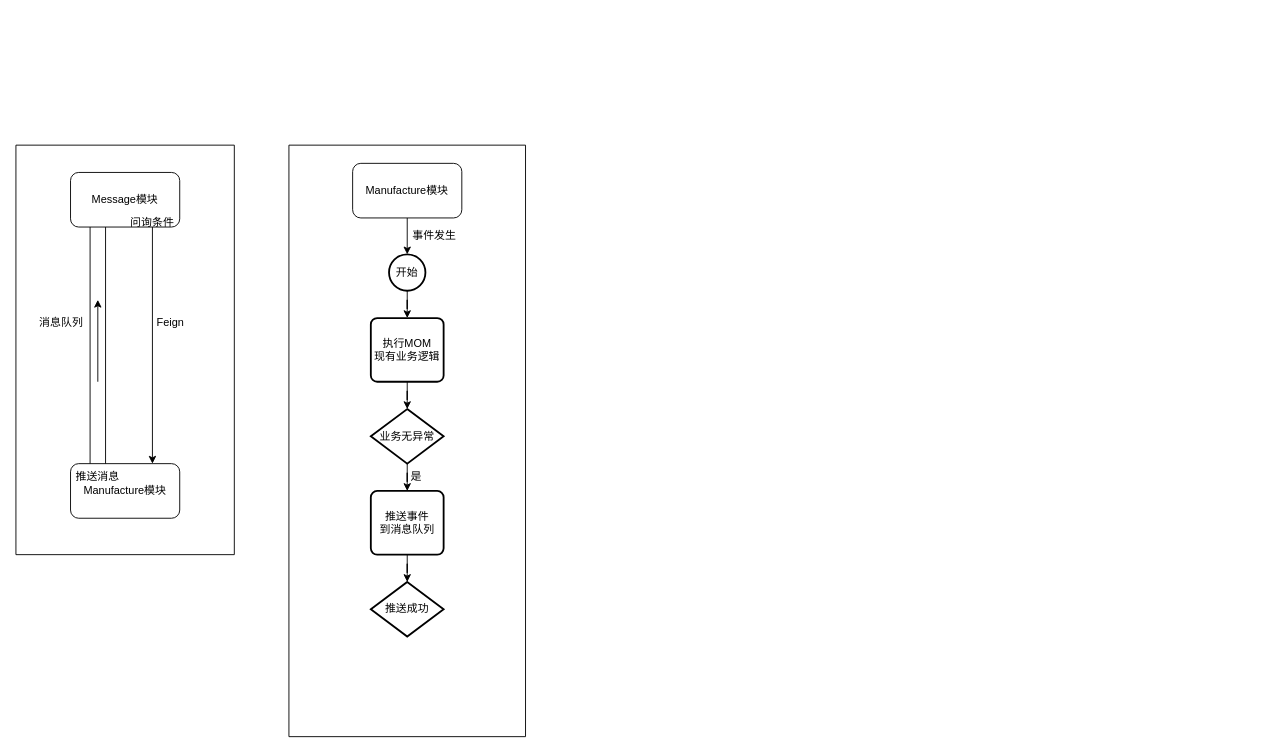
zjwnp/drawIO keeps this draw.io diagram as 未命名绘图.drawio. Above is the earlier version. Source tidied: cells renumbered, new cells numbered last; positions are measured from the earlier drawing's top-left corner, leaving out a move shared by most shapes. Both pictures are drawn from the tidied source at 91%, with x=0, y=0 at pixel (15, 145).
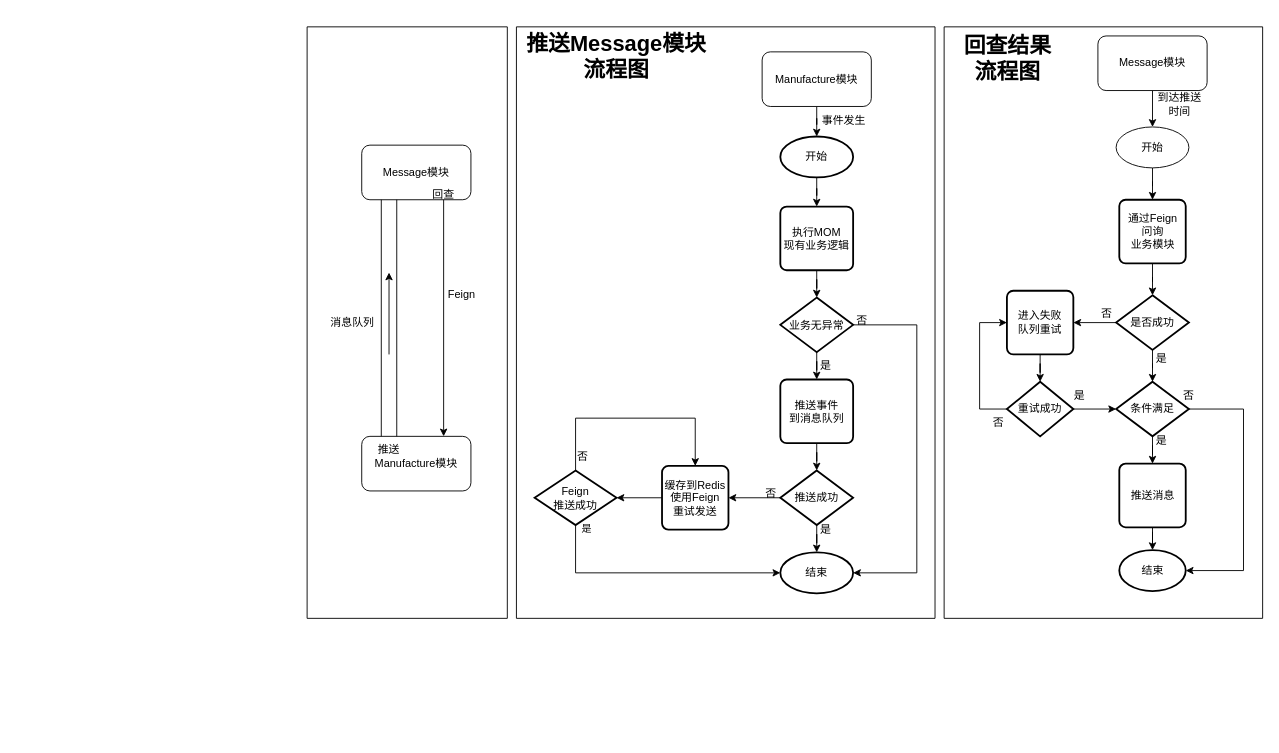
Above is the later version.

Commit message:
更新未命名绘图.drawio

The edit, as a diff of the source:
```diff
@@
+    <mxCell id="11" style="swimlane;startSize=0;" parent="1" vertex="1">
+      <mxGeometry x="320" y="-130" width="220" height="650" as="geometry" />
+    </mxCell>
-    <mxCell id="2" value="Message模块" style="rounded=1;whiteSpace=wrap;html=1;roundedPerimeter=1;" parent="1" vertex="1">
-      <mxGeometry x="60" y="30" width="120" height="60" as="geometry" />
+    <mxCell id="2" value="Message模块" style="rounded=1;whiteSpace=wrap;html=1;roundedPerimeter=1;" parent="11" vertex="1">
+      <mxGeometry x="60" y="130" width="120" height="60" as="geometry" />
     </mxCell>
-    <mxCell id="3" value="Manufacture模块" style="rounded=1;whiteSpace=wrap;html=1;roundedPerimeter=1;" parent="1" vertex="1">
-      <mxGeometry x="60" y="350" width="120" height="60" as="geometry" />
+    <mxCell id="3" value="Manufacture模块" style="rounded=1;whiteSpace=wrap;html=1;roundedPerimeter=1;" parent="11" vertex="1">
+      <mxGeometry x="60" y="450" width="120" height="60" as="geometry" />
     </mxCell>
-    <mxCell id="4" style="shape=link;html=1;rounded=0;entryX=0.25;entryY=1;entryDx=0;entryDy=0;exitX=0.25;exitY=0;exitDx=0;exitDy=0;width=17;" parent="1" edge="1" source="3" target="2">
+    <mxCell id="4" style="shape=link;html=1;rounded=0;entryX=0.25;entryY=1;entryDx=0;entryDy=0;exitX=0.25;exitY=0;exitDx=0;exitDy=0;width=17;" parent="11" edge="1" source="3" target="2">
       <mxGeometry relative="1" as="geometry" />
     </mxCell>
-    <mxCell id="5" style="endArrow=classic;html=1;rounded=0;" parent="1" edge="1">
+    <mxCell id="5" style="endArrow=classic;html=1;rounded=0;" parent="11" edge="1">
       <mxGeometry relative="1" as="geometry">
-        <mxPoint x="90" y="260" as="sourcePoint" />
-        <mxPoint x="90" y="170" as="targetPoint" />
+        <mxPoint x="90" y="360" as="sourcePoint" />
+        <mxPoint x="90" y="270" as="targetPoint" />
       </mxGeometry>
     </mxCell>
-    <mxCell id="6" style="endArrow=classic;html=1;rounded=0;exitX=0.75;exitY=1;exitDx=0;exitDy=0;entryX=0.75;entryY=0;entryDx=0;entryDy=0;" parent="1" edge="1" source="2" target="3">
+    <mxCell id="6" style="endArrow=classic;html=1;rounded=0;exitX=0.75;exitY=1;exitDx=0;exitDy=0;entryX=0.75;entryY=0;entryDx=0;entryDy=0;" parent="11" edge="1" source="2" target="3">
       <mxGeometry relative="1" as="geometry" />
     </mxCell>
-    <mxCell id="7" value="消息队列" style="text;html=1;whiteSpace=wrap;strokeColor=none;fillColor=none;align=center;verticalAlign=middle;rounded=0;" parent="1" vertex="1">
-      <mxGeometry x="20" y="140" width="60" height="110" as="geometry" />
-    </mxCell>
-    <mxCell id="8" value="推送消息" style="text;html=1;whiteSpace=wrap;strokeColor=none;fillColor=none;align=center;verticalAlign=middle;rounded=0;" parent="1" vertex="1">
-      <mxGeometry x="60" y="350" width="60" height="30" as="geometry" />
+    <mxCell id="8" value="推送" style="text;html=1;whiteSpace=wrap;strokeColor=none;fillColor=none;align=center;verticalAlign=middle;rounded=0;" parent="11" vertex="1">
+      <mxGeometry x="60" y="450" width="60" height="30" as="geometry" />
     </mxCell>
-    <mxCell id="9" value="问询条件" style="text;html=1;whiteSpace=wrap;strokeColor=none;fillColor=none;align=center;verticalAlign=middle;rounded=0;" parent="1" vertex="1">
-      <mxGeometry x="120" y="70" width="60" height="30" as="geometry" />
+    <mxCell id="9" value="回查" style="text;html=1;whiteSpace=wrap;strokeColor=none;fillColor=none;align=center;verticalAlign=middle;rounded=0;" parent="11" vertex="1">
+      <mxGeometry x="120" y="170" width="60" height="30" as="geometry" />
     </mxCell>
-    <mxCell id="10" value="Feign" style="text;html=1;whiteSpace=wrap;strokeColor=none;fillColor=none;align=center;verticalAlign=middle;rounded=0;" parent="1" vertex="1">
-      <mxGeometry x="140" y="180" width="60" height="30" as="geometry" />
+    <mxCell id="10" value="Feign" style="text;html=1;whiteSpace=wrap;strokeColor=none;fillColor=none;align=center;verticalAlign=middle;rounded=0;" parent="11" vertex="1">
+      <mxGeometry x="140" y="280" width="60" height="30" as="geometry" />
     </mxCell>
-    <mxCell id="11" style="swimlane;startSize=0;" parent="1" vertex="1">
-      <mxGeometry width="240" height="450" as="geometry" />
-    </mxCell>
+    <mxCell id="7" value="消息队列" style="text;html=1;whiteSpace=wrap;strokeColor=none;fillColor=none;align=center;verticalAlign=middle;rounded=0;" parent="11" vertex="1">
+      <mxGeometry x="20" y="270" width="60" height="110" as="geometry" />
+    </mxCell>
     <mxCell id="12" style="swimlane;startSize=0;" parent="1" vertex="1">
-      <mxGeometry x="300" width="260" height="650" as="geometry" />
+      <mxGeometry x="550" y="-130" width="460" height="650" as="geometry" />
     </mxCell>
-    <mxCell id="13" style="edgeStyle=orthogonalEdgeStyle;rounded=0;jettySize=auto;html=1;" parent="12" edge="1" source="14" target="16">
-      <mxGeometry relative="1" as="geometry" />
-    </mxCell>
+    <mxCell id="26" style="edgeStyle=orthogonalEdgeStyle;rounded=0;jettySize=auto;html=1;" parent="12" edge="1" source="14" target="30">
+      <mxGeometry relative="1" as="geometry" />
+    </mxCell>
     <mxCell id="14" value="Manufacture模块" style="rounded=1;whiteSpace=wrap;html=1;roundedPerimeter=1;" parent="12" vertex="1">
-      <mxGeometry x="70" y="20" width="120" height="60" as="geometry" />
+      <mxGeometry x="270" y="27.5" width="120" height="60" as="geometry" />
     </mxCell>
-    <mxCell id="15" style="edgeStyle=orthogonalEdgeStyle;rounded=0;jettySize=auto;html=1;" parent="12" edge="1" source="16" target="19">
-      <mxGeometry relative="1" as="geometry" />
-    </mxCell>
-    <mxCell id="16" value="开始" style="strokeWidth=2;html=1;shape=mxgraph.flowchart.start_2;whiteSpace=wrap;" parent="12" vertex="1">
-      <mxGeometry x="110" y="120" width="40" height="40" as="geometry" />
-    </mxCell>
     <mxCell id="17" value="事件发生" style="text;html=1;whiteSpace=wrap;strokeColor=none;fillColor=none;align=center;verticalAlign=middle;rounded=0;" parent="12" vertex="1">
-      <mxGeometry x="130" y="85" width="60" height="30" as="geometry" />
+      <mxGeometry x="330" y="87.5" width="60" height="30" as="geometry" />
     </mxCell>
@@
     <mxCell id="19" value="执行MOM&lt;br&gt;现有业务逻辑" style="rounded=1;whiteSpace=wrap;html=1;absoluteArcSize=1;arcSize=14;strokeWidth=2;" parent="12" vertex="1">
-      <mxGeometry x="90" y="190" width="80" height="70" as="geometry" />
+      <mxGeometry x="290" y="197.5" width="80" height="70" as="geometry" />
     </mxCell>
@@
     <mxCell id="21" value="业务无异常" style="strokeWidth=2;html=1;shape=mxgraph.flowchart.decision;whiteSpace=wrap;" parent="12" vertex="1">
-      <mxGeometry x="90" y="290" width="80" height="60" as="geometry" />
+      <mxGeometry x="290" y="297.5" width="80" height="60" as="geometry" />
     </mxCell>
@@
     <mxCell id="23" value="推送事件&lt;br&gt;到消息队列" style="rounded=1;whiteSpace=wrap;html=1;absoluteArcSize=1;arcSize=14;strokeWidth=2;" parent="12" vertex="1">
-      <mxGeometry x="90" y="380" width="80" height="70" as="geometry" />
+      <mxGeometry x="290" y="387.5" width="80" height="70" as="geometry" />
     </mxCell>
     <mxCell id="24" value="是" style="text;html=1;whiteSpace=wrap;strokeColor=none;fillColor=none;align=center;verticalAlign=middle;rounded=0;" parent="12" vertex="1">
-      <mxGeometry x="110" y="350" width="60" height="30" as="geometry" />
+      <mxGeometry x="310" y="357.5" width="60" height="30" as="geometry" />
     </mxCell>
+    <mxCell id="27" style="edgeStyle=orthogonalEdgeStyle;rounded=0;jettySize=auto;html=1;" parent="12" edge="1" source="25" target="31">
+      <mxGeometry relative="1" as="geometry" />
+    </mxCell>
+    <mxCell id="28" style="edgeStyle=orthogonalEdgeStyle;rounded=0;jettySize=auto;html=1;entryX=1;entryY=0.5;entryDx=0;entryDy=0;" parent="12" edge="1" source="25" target="35">
+      <mxGeometry relative="1" as="geometry" />
+    </mxCell>
     <mxCell id="25" value="推送成功" style="strokeWidth=2;html=1;shape=mxgraph.flowchart.decision;whiteSpace=wrap;" parent="12" vertex="1">
-      <mxGeometry x="90" y="480" width="80" height="60" as="geometry" />
+      <mxGeometry x="290" y="487.5" width="80" height="60" as="geometry" />
     </mxCell>
+    <mxCell id="29" style="edgeStyle=orthogonalEdgeStyle;rounded=0;jettySize=auto;html=1;" parent="12" edge="1" source="30" target="19">
+      <mxGeometry relative="1" as="geometry" />
+    </mxCell>
+    <mxCell id="30" value="开始" style="strokeWidth=2;html=1;shape=mxgraph.flowchart.start_1;whiteSpace=wrap;" parent="12" vertex="1">
+      <mxGeometry x="290" y="120.5" width="80" height="45" as="geometry" />
+    </mxCell>
+    <mxCell id="31" value="结束" style="strokeWidth=2;html=1;shape=mxgraph.flowchart.start_1;whiteSpace=wrap;" parent="12" vertex="1">
+      <mxGeometry x="290" y="577.5" width="80" height="45" as="geometry" />
+    </mxCell>
+    <mxCell id="32" value="是" style="text;html=1;whiteSpace=wrap;strokeColor=none;fillColor=none;align=center;verticalAlign=middle;rounded=0;" parent="12" vertex="1">
+      <mxGeometry x="310" y="537.5" width="60" height="30" as="geometry" />
+    </mxCell>
+    <mxCell id="33" style="edgeStyle=orthogonalEdgeStyle;rounded=0;jettySize=auto;html=1;entryX=1;entryY=0.5;entryDx=0;entryDy=0;entryPerimeter=0;" parent="12" edge="1" source="21" target="31">
+      <mxGeometry x="-0.24" relative="1" as="geometry">
+        <Array as="points">
+          <mxPoint x="440" y="327.5" />
+          <mxPoint x="440" y="600" />
+        </Array>
+      </mxGeometry>
+    </mxCell>
+    <mxCell id="34" value="否" style="text;html=1;whiteSpace=wrap;strokeColor=none;fillColor=none;align=center;verticalAlign=middle;rounded=0;" parent="12" vertex="1">
+      <mxGeometry x="350" y="307.5" width="60" height="30" as="geometry" />
+    </mxCell>
+    <mxCell id="35" value="缓存到Redis&lt;br&gt;使用Feign&lt;br&gt;重试发送" style="rounded=1;whiteSpace=wrap;html=1;absoluteArcSize=1;arcSize=14;strokeWidth=2;" parent="12" vertex="1">
+      <mxGeometry x="160" y="482.5" width="73" height="70" as="geometry" />
+    </mxCell>
+    <mxCell id="36" value="否" style="text;html=1;whiteSpace=wrap;strokeColor=none;fillColor=none;align=center;verticalAlign=middle;rounded=0;" parent="12" vertex="1">
+      <mxGeometry x="250" y="497.5" width="60" height="30" as="geometry" />
+    </mxCell>
+    <mxCell id="37" style="edgeStyle=orthogonalEdgeStyle;rounded=0;jettySize=auto;html=1;entryX=0.5;entryY=0;entryDx=0;entryDy=0;" parent="12" edge="1" source="38" target="35">
+      <mxGeometry x="0.09" relative="1" as="geometry">
+        <Array as="points">
+          <mxPoint x="65" y="430" />
+          <mxPoint x="196.5" y="430" />
+        </Array>
+      </mxGeometry>
+    </mxCell>
+    <mxCell id="38" value="Feign&lt;br&gt;推送成功" style="strokeWidth=2;html=1;shape=mxgraph.flowchart.decision;whiteSpace=wrap;" parent="12" vertex="1">
+      <mxGeometry x="20" y="487.5" width="90" height="60" as="geometry" />
+    </mxCell>
+    <mxCell id="39" style="edgeStyle=orthogonalEdgeStyle;rounded=0;jettySize=auto;html=1;entryX=1;entryY=0.5;entryDx=0;entryDy=0;entryPerimeter=0;" parent="12" edge="1" source="35" target="38">
+      <mxGeometry relative="1" as="geometry" />
+    </mxCell>
+    <mxCell id="40" style="edgeStyle=orthogonalEdgeStyle;rounded=0;jettySize=auto;html=1;entryX=0;entryY=0.5;entryDx=0;entryDy=0;entryPerimeter=0;" parent="12" edge="1" source="38" target="31">
+      <mxGeometry relative="1" as="geometry">
+        <Array as="points">
+          <mxPoint x="65" y="600" />
+        </Array>
+      </mxGeometry>
+    </mxCell>
+    <mxCell id="41" value="是" style="edgeLabel;html=1;align=center;verticalAlign=middle;" parent="40" vertex="1">
+      <mxGeometry x="-0.98" y="11" relative="1" as="geometry">
+        <mxPoint y="1" as="offset" />
+      </mxGeometry>
+    </mxCell>
+    <mxCell id="42" value="否" style="text;html=1;whiteSpace=wrap;strokeColor=none;fillColor=none;align=center;verticalAlign=middle;rounded=0;" parent="12" vertex="1">
+      <mxGeometry x="43" y="457.5" width="60" height="30" as="geometry" />
+    </mxCell>
+    <mxCell id="43" value="&lt;h1&gt;推送Message模块&lt;br&gt;流程图&lt;/h1&gt;" style="text;html=1;whiteSpace=wrap;strokeColor=none;fillColor=none;align=center;verticalAlign=middle;rounded=0;" parent="12" vertex="1">
+      <mxGeometry y="10" width="220" height="45" as="geometry" />
+    </mxCell>
+    <mxCell id="44" style="swimlane;startSize=0;" parent="1" vertex="1">
+      <mxGeometry x="1020" y="-130" width="350" height="650" as="geometry" />
+    </mxCell>
+    <mxCell id="45" value="&lt;h1&gt;回查结果流程图&lt;/h1&gt;" style="text;html=1;whiteSpace=wrap;strokeColor=none;fillColor=none;align=center;verticalAlign=middle;rounded=0;" parent="44" vertex="1">
+      <mxGeometry x="10" y="20" width="120" height="30" as="geometry" />
+    </mxCell>
+    <mxCell id="46" style="edgeStyle=orthogonalEdgeStyle;rounded=0;jettySize=auto;html=1;" parent="44" edge="1" source="47" target="49">
+      <mxGeometry relative="1" as="geometry" />
+    </mxCell>
+    <mxCell id="47" value="Message模块" style="rounded=1;whiteSpace=wrap;html=1;roundedPerimeter=1;" parent="44" vertex="1">
+      <mxGeometry x="169" y="10" width="120" height="60" as="geometry" />
+    </mxCell>
+    <mxCell id="48" style="edgeStyle=orthogonalEdgeStyle;rounded=0;jettySize=auto;html=1;" parent="44" edge="1" source="49" target="52">
+      <mxGeometry relative="1" as="geometry" />
+    </mxCell>
+    <mxCell id="49" value="开始" style="ellipse;whiteSpace=wrap;html=1;shapeInside=1;" parent="44" vertex="1">
+      <mxGeometry x="189" y="110" width="80" height="45" as="geometry" />
+    </mxCell>
+    <mxCell id="50" value="到达推送时间" style="text;html=1;whiteSpace=wrap;strokeColor=none;fillColor=none;align=center;verticalAlign=middle;rounded=0;" parent="44" vertex="1">
+      <mxGeometry x="229" y="70" width="60" height="30" as="geometry" />
+    </mxCell>
+    <mxCell id="51" style="edgeStyle=orthogonalEdgeStyle;rounded=0;jettySize=auto;html=1;" parent="44" edge="1" source="52" target="55">
+      <mxGeometry relative="1" as="geometry" />
+    </mxCell>
+    <mxCell id="52" value="通过Feign&lt;br&gt;问询&lt;br&gt;业务模块" style="rounded=1;whiteSpace=wrap;html=1;absoluteArcSize=1;arcSize=14;strokeWidth=2;" parent="44" vertex="1">
+      <mxGeometry x="192.5" y="190" width="73" height="70" as="geometry" />
+    </mxCell>
+    <mxCell id="53" style="edgeStyle=orthogonalEdgeStyle;rounded=0;jettySize=auto;html=1;" parent="44" edge="1" source="55" target="57">
+      <mxGeometry relative="1" as="geometry" />
+    </mxCell>
+    <mxCell id="54" style="edgeStyle=orthogonalEdgeStyle;rounded=0;jettySize=auto;html=1;entryX=1;entryY=0.5;entryDx=0;entryDy=0;" parent="44" edge="1" source="55" target="63">
+      <mxGeometry relative="1" as="geometry" />
+    </mxCell>
+    <mxCell id="55" value="是否成功" style="strokeWidth=2;html=1;shape=mxgraph.flowchart.decision;whiteSpace=wrap;" parent="44" vertex="1">
+      <mxGeometry x="189" y="295" width="80" height="60" as="geometry" />
+    </mxCell>
+    <mxCell id="56" style="edgeStyle=orthogonalEdgeStyle;rounded=0;jettySize=auto;html=1;" parent="44" edge="1" source="57" target="59">
+      <mxGeometry relative="1" as="geometry" />
+    </mxCell>
+    <mxCell id="57" value="条件满足" style="strokeWidth=2;html=1;shape=mxgraph.flowchart.decision;whiteSpace=wrap;" parent="44" vertex="1">
+      <mxGeometry x="189" y="390" width="80" height="60" as="geometry" />
+    </mxCell>
+    <mxCell id="58" style="edgeStyle=orthogonalEdgeStyle;rounded=0;jettySize=auto;html=1;" parent="44" edge="1" source="59" target="61">
+      <mxGeometry relative="1" as="geometry" />
+    </mxCell>
+    <mxCell id="59" value="推送消息" style="rounded=1;whiteSpace=wrap;html=1;absoluteArcSize=1;arcSize=14;strokeWidth=2;" parent="44" vertex="1">
+      <mxGeometry x="192.5" y="480" width="73" height="70" as="geometry" />
+    </mxCell>
+    <mxCell id="60" value="是" style="text;html=1;whiteSpace=wrap;strokeColor=none;fillColor=none;align=center;verticalAlign=middle;rounded=0;" parent="44" vertex="1">
+      <mxGeometry x="209" y="440" width="60" height="30" as="geometry" />
+    </mxCell>
+    <mxCell id="61" value="结束" style="strokeWidth=2;html=1;shape=mxgraph.flowchart.start_1;whiteSpace=wrap;" parent="44" vertex="1">
+      <mxGeometry x="192.5" y="575" width="73" height="45" as="geometry" />
+    </mxCell>
+    <mxCell id="62" style="edgeStyle=orthogonalEdgeStyle;rounded=0;jettySize=auto;html=1;" parent="44" edge="1" source="63" target="65">
+      <mxGeometry relative="1" as="geometry" />
+    </mxCell>
+    <mxCell id="63" value="进入失败&lt;br&gt;队列重试" style="rounded=1;whiteSpace=wrap;html=1;absoluteArcSize=1;arcSize=14;strokeWidth=2;" parent="44" vertex="1">
+      <mxGeometry x="69" y="290" width="73" height="70" as="geometry" />
+    </mxCell>
+    <mxCell id="64" style="edgeStyle=orthogonalEdgeStyle;rounded=0;jettySize=auto;html=1;entryX=0;entryY=0.5;entryDx=0;entryDy=0;exitX=0;exitY=0.5;exitDx=0;exitDy=0;exitPerimeter=0;" parent="44" edge="1" source="65" target="63">
+      <mxGeometry x="0.01" relative="1" as="geometry">
+        <Array as="points">
+          <mxPoint x="39" y="420" />
+          <mxPoint x="39" y="325" />
+        </Array>
+      </mxGeometry>
+    </mxCell>
+    <mxCell id="65" value="重试成功" style="strokeWidth=2;html=1;shape=mxgraph.flowchart.decision;whiteSpace=wrap;" parent="44" vertex="1">
+      <mxGeometry x="69" y="390" width="73" height="60" as="geometry" />
+    </mxCell>
+    <mxCell id="66" style="edgeStyle=orthogonalEdgeStyle;rounded=0;jettySize=auto;html=1;entryX=0;entryY=0.5;entryDx=0;entryDy=0;entryPerimeter=0;" parent="44" edge="1" source="65" target="57">
+      <mxGeometry relative="1" as="geometry" />
+    </mxCell>
+    <mxCell id="67" value="是" style="text;html=1;whiteSpace=wrap;strokeColor=none;fillColor=none;align=center;verticalAlign=middle;rounded=0;" parent="44" vertex="1">
+      <mxGeometry x="119" y="390" width="60" height="30" as="geometry" />
+    </mxCell>
+    <mxCell id="68" value="否" style="text;html=1;whiteSpace=wrap;strokeColor=none;fillColor=none;align=center;verticalAlign=middle;rounded=0;" parent="44" vertex="1">
+      <mxGeometry x="30" y="420" width="60" height="30" as="geometry" />
+    </mxCell>
+    <mxCell id="69" style="edgeStyle=orthogonalEdgeStyle;rounded=0;jettySize=auto;html=1;entryX=1;entryY=0.5;entryDx=0;entryDy=0;entryPerimeter=0;" parent="44" edge="1" source="57" target="61">
+      <mxGeometry x="-0.25" relative="1" as="geometry">
+        <Array as="points">
+          <mxPoint x="329" y="420" />
+          <mxPoint x="329" y="597.5" />
+        </Array>
+      </mxGeometry>
+    </mxCell>
+    <mxCell id="70" value="是" style="text;html=1;whiteSpace=wrap;strokeColor=none;fillColor=none;align=center;verticalAlign=middle;rounded=0;" parent="44" vertex="1">
+      <mxGeometry x="209" y="350" width="60" height="30" as="geometry" />
+    </mxCell>
+    <mxCell id="71" value="否" style="text;html=1;whiteSpace=wrap;strokeColor=none;fillColor=none;align=center;verticalAlign=middle;rounded=0;" parent="44" vertex="1">
+      <mxGeometry x="149" y="300" width="60" height="30" as="geometry" />
+    </mxCell>
+    <mxCell id="72" value="否" style="text;html=1;whiteSpace=wrap;strokeColor=none;fillColor=none;align=center;verticalAlign=middle;rounded=0;" parent="44" vertex="1">
+      <mxGeometry x="239" y="390" width="60" height="30" as="geometry" />
+    </mxCell>
```
